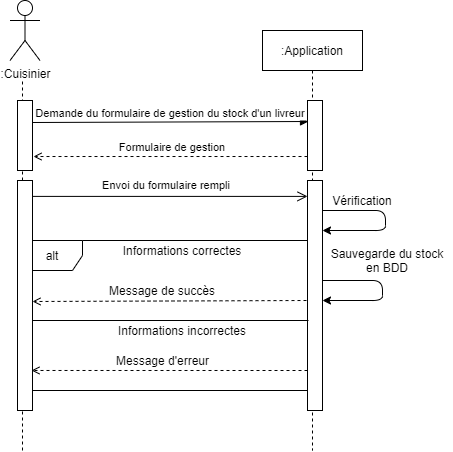
Before: diagrammes_sequence/gestion_stock.png, a diagram exported from draw.io (RemiMoustey/ExpressFood). Source tidied: cells renumbered, new cells last; positions are measured from the earlier drawing's top-left corner, leaving out a move shared by most shapes.
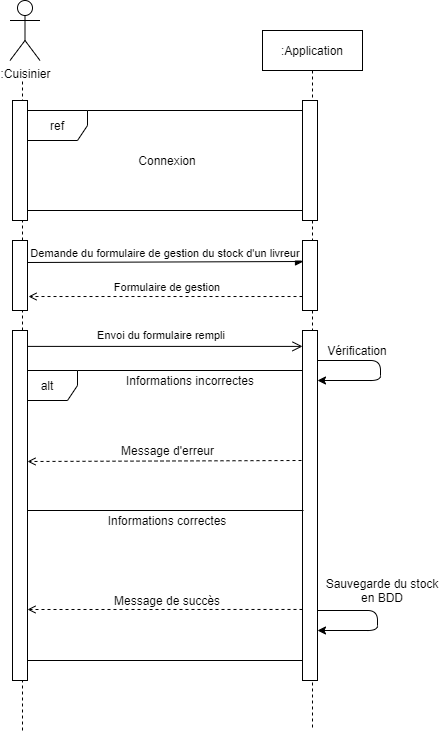
Later version of the same file.

The edit, as a diff of the source:
```diff
@@ -3,105 +3,118 @@
     <mxCell id="0" />
     <mxCell id="1" parent="0" />
     <mxCell id="2" value=":Application" style="shape=umlLifeline;perimeter=lifelinePerimeter;rounded=0;shadow=0;strokeWidth=1;" parent="1" vertex="1">
-      <mxGeometry x="252" y="30" width="100" height="420" as="geometry" />
+      <mxGeometry x="252" y="30" width="100" height="700" as="geometry" />
     </mxCell>
     <mxCell id="3" style="points=[];perimeter=orthogonalPerimeter;rounded=0;shadow=0;strokeWidth=1;" parent="2" vertex="1">
-      <mxGeometry x="45" y="70" width="15" height="70" as="geometry" />
+      <mxGeometry x="40" y="210" width="15" height="70" as="geometry" />
     </mxCell>
     <mxCell id="4" style="points=[];perimeter=orthogonalPerimeter;rounded=0;shadow=0;strokeWidth=1;" parent="2" vertex="1">
-      <mxGeometry x="45" y="150" width="15" height="230" as="geometry" />
+      <mxGeometry x="40" y="300" width="15" height="350" as="geometry" />
     </mxCell>
     <mxCell id="5" value="Demande du formulaire de gestion du stock d'un livreur" style="verticalAlign=bottom;endArrow=block;shadow=0;strokeWidth=1;entryX=0.067;entryY=0.3;entryDx=0;entryDy=0;entryPerimeter=0;" parent="1" edge="1" target="3">
       <mxGeometry relative="1" as="geometry">
-        <mxPoint x="22" y="122" as="sourcePoint" />
+        <mxPoint x="17" y="262" as="sourcePoint" />
       </mxGeometry>
     </mxCell>
     <mxCell id="6" value="Formulaire de gestion" style="verticalAlign=bottom;endArrow=open;shadow=0;strokeWidth=1;dashed=1;endFill=0;entryX=1.067;entryY=0.767;entryDx=0;entryDy=0;entryPerimeter=0;" parent="1" edge="1" source="3">
       <mxGeometry x="-0.01" relative="1" as="geometry">
-        <mxPoint x="23" y="156" as="targetPoint" />
+        <mxPoint x="18" y="296" as="targetPoint" />
       </mxGeometry>
     </mxCell>
     <mxCell id="7" value="Envoi du formulaire rempli" style="verticalAlign=bottom;endArrow=open;endSize=8;shadow=0;strokeWidth=1;endFill=0;exitX=0.53;exitY=0.395;exitDx=0;exitDy=0;exitPerimeter=0;" parent="1" edge="1" target="4">
       <mxGeometry y="2" relative="1" as="geometry">
-        <mxPoint x="15" y="195.9" as="sourcePoint" />
+        <mxPoint x="10" y="345.9" as="sourcePoint" />
       </mxGeometry>
     </mxCell>
     <mxCell id="8" value="Vérification" style="text;html=1;strokeColor=none;fillColor=none;align=center;verticalAlign=middle;whiteSpace=wrap;rounded=0;" parent="1" vertex="1">
-      <mxGeometry x="332" y="190" width="40" height="20" as="geometry" />
+      <mxGeometry x="327" y="340" width="40" height="20" as="geometry" />
     </mxCell>
-    <mxCell id="9" value="alt&lt;br&gt;" style="shape=umlFrame;whiteSpace=wrap;html=1;" parent="1" vertex="1">
-      <mxGeometry x="12" y="240" width="285" height="150" as="geometry" />
-    </mxCell>
     <mxCell id="10" style="endArrow=classic;html=1;" parent="1" edge="1">
       <mxGeometry relative="1" as="geometry">
-        <mxPoint x="312" y="210" as="sourcePoint" />
-        <mxPoint x="312" y="230" as="targetPoint" />
+        <mxPoint x="307" y="360" as="sourcePoint" />
+        <mxPoint x="307" y="380" as="targetPoint" />
         <Array as="points">
-          <mxPoint x="375" y="210" />
-          <mxPoint x="375" y="230" />
+          <mxPoint x="370" y="360" />
+          <mxPoint x="370" y="380" />
         </Array>
       </mxGeometry>
     </mxCell>
-    <mxCell id="11" value="Informations incorrectes" style="text;html=1;strokeColor=none;fillColor=none;align=center;verticalAlign=middle;whiteSpace=wrap;rounded=0;" parent="1" vertex="1">
-      <mxGeometry x="72" y="320" width="200" height="20" as="geometry" />
-    </mxCell>
-    <mxCell id="12" value="Informations correctes" style="text;html=1;strokeColor=none;fillColor=none;align=center;verticalAlign=middle;whiteSpace=wrap;rounded=0;" parent="1" vertex="1">
-      <mxGeometry x="72" y="240" width="200" height="20" as="geometry" />
-    </mxCell>
     <mxCell id="13" style="endArrow=classic;html=1;" parent="1" edge="1">
       <mxGeometry relative="1" as="geometry">
-        <mxPoint x="312" y="280" as="sourcePoint" />
-        <mxPoint x="312" y="300" as="targetPoint" />
+        <mxPoint x="307" y="610" as="sourcePoint" />
+        <mxPoint x="307" y="630" as="targetPoint" />
         <Array as="points">
-          <mxPoint x="372" y="280" />
-          <mxPoint x="372" y="300" />
+          <mxPoint x="367" y="610" />
+          <mxPoint x="367" y="630" />
         </Array>
       </mxGeometry>
     </mxCell>
     <mxCell id="14" value="Sauvegarde du stock en BDD" style="text;html=1;strokeColor=none;fillColor=none;align=center;verticalAlign=middle;whiteSpace=wrap;rounded=0;" parent="1" vertex="1">
-      <mxGeometry x="312" y="250" width="130" height="20" as="geometry" />
+      <mxGeometry x="307" y="580" width="130" height="20" as="geometry" />
     </mxCell>
-    <mxCell id="15" style="endArrow=open;html=1;dashed=1;endFill=0;" parent="1" edge="1">
-      <mxGeometry relative="1" as="geometry">
-        <mxPoint x="296" y="300" as="sourcePoint" />
-        <mxPoint x="22" y="301" as="targetPoint" />
-      </mxGeometry>
-    </mxCell>
-    <mxCell id="16" value="Message de succès" style="text;html=1;strokeColor=none;fillColor=none;align=center;verticalAlign=middle;whiteSpace=wrap;rounded=0;" parent="1" vertex="1">
-      <mxGeometry x="82" y="280" width="140" height="20" as="geometry" />
-    </mxCell>
-    <mxCell id="17" style="endArrow=open;html=1;dashed=1;endFill=0;entryX=0.933;entryY=0.826;entryDx=0;entryDy=0;entryPerimeter=0;" parent="1" edge="1" target="23">
-      <mxGeometry relative="1" as="geometry">
-        <mxPoint x="297" y="370" as="sourcePoint" />
-      </mxGeometry>
-    </mxCell>
-    <mxCell id="18" value="Message d'erreur" style="text;html=1;strokeColor=none;fillColor=none;align=center;verticalAlign=middle;whiteSpace=wrap;rounded=0;" parent="1" vertex="1">
-      <mxGeometry x="89.5" y="350" width="125" height="20" as="geometry" />
-    </mxCell>
-    <mxCell id="19" style="endArrow=none;html=1;" parent="1" edge="1">
-      <mxGeometry relative="1" as="geometry">
-        <mxPoint x="12" y="320" as="sourcePoint" />
-        <mxPoint x="298" y="320" as="targetPoint" />
-      </mxGeometry>
-    </mxCell>
     <mxCell id="20" value=":Cuisinier" style="shape=umlActor;verticalLabelPosition=bottom;verticalAlign=top;html=1;" parent="1" vertex="1">
       <mxGeometry x="-0.5" width="30" height="60" as="geometry" />
     </mxCell>
-    <mxCell id="21" style="endArrow=none;dashed=1;html=1;strokeWidth=1;" parent="1" edge="1" source="23">
+    <mxCell id="21" style="endArrow=none;dashed=1;html=1;strokeWidth=1;" parent="1" edge="1" source="28">
       <mxGeometry relative="1" as="geometry">
         <mxPoint x="12" y="80" as="targetPoint" />
       </mxGeometry>
     </mxCell>
     <mxCell id="22" style="perimeter=orthogonalPerimeter;rounded=0;shadow=0;strokeWidth=1;" parent="1" vertex="1">
-      <mxGeometry x="7" y="100" width="15" height="70" as="geometry" />
+      <mxGeometry x="2" y="240" width="15" height="70" as="geometry" />
     </mxCell>
-    <mxCell id="23" style="points=[];perimeter=orthogonalPerimeter;rounded=0;shadow=0;strokeWidth=1;" parent="1" vertex="1">
-      <mxGeometry x="7" y="180" width="15" height="230" as="geometry" />
-    </mxCell>
-    <mxCell id="24" style="endArrow=none;dashed=1;html=1;strokeWidth=1;" parent="1" edge="1" target="23">
+    <mxCell id="24" style="endArrow=none;dashed=1;html=1;strokeWidth=1;" parent="1" edge="1">
       <mxGeometry relative="1" as="geometry">
-        <mxPoint x="12" y="450" as="sourcePoint" />
+        <mxPoint x="12" y="730" as="sourcePoint" />
+        <mxPoint x="12" y="530" as="targetPoint" />
       </mxGeometry>
     </mxCell>
+    <mxCell id="9" value="alt&lt;br&gt;" style="shape=umlFrame;whiteSpace=wrap;html=1;" parent="1" vertex="1">
+      <mxGeometry x="7" y="370" width="285" height="290" as="geometry" />
+    </mxCell>
+    <mxCell id="11" value="Informations incorrectes" style="text;html=1;strokeColor=none;fillColor=none;align=center;verticalAlign=middle;whiteSpace=wrap;rounded=0;" parent="1" vertex="1">
+      <mxGeometry x="79.5" y="370" width="200" height="20" as="geometry" />
+    </mxCell>
+    <mxCell id="12" value="Informations correctes" style="text;html=1;strokeColor=none;fillColor=none;align=center;verticalAlign=middle;whiteSpace=wrap;rounded=0;" parent="1" vertex="1">
+      <mxGeometry x="57" y="510" width="200" height="20" as="geometry" />
+    </mxCell>
+    <mxCell id="25" style="endArrow=open;html=1;dashed=1;endFill=0;" parent="1" edge="1">
+      <mxGeometry relative="1" as="geometry">
+        <mxPoint x="291" y="460" as="sourcePoint" />
+        <mxPoint x="17" y="461" as="targetPoint" />
+      </mxGeometry>
+    </mxCell>
+    <mxCell id="16" value="Message de succès" style="text;html=1;strokeColor=none;fillColor=none;align=center;verticalAlign=middle;whiteSpace=wrap;rounded=0;" parent="1" vertex="1">
+      <mxGeometry x="87" y="590" width="140" height="20" as="geometry" />
+    </mxCell>
+    <mxCell id="18" value="Message d'erreur" style="text;html=1;strokeColor=none;fillColor=none;align=center;verticalAlign=middle;whiteSpace=wrap;rounded=0;" parent="1" vertex="1">
+      <mxGeometry x="94.5" y="440" width="125" height="20" as="geometry" />
+    </mxCell>
+    <mxCell id="26" style="endArrow=none;html=1;" parent="1" edge="1">
+      <mxGeometry relative="1" as="geometry">
+        <mxPoint x="7" y="510" as="sourcePoint" />
+        <mxPoint x="293" y="510" as="targetPoint" />
+      </mxGeometry>
+    </mxCell>
+    <mxCell id="27" style="endArrow=open;html=1;dashed=1;endFill=0;exitX=1;exitY=0.824;exitDx=0;exitDy=0;exitPerimeter=0;" parent="1" edge="1" source="9">
+      <mxGeometry relative="1" as="geometry">
+        <mxPoint x="17" y="609" as="targetPoint" />
+      </mxGeometry>
+    </mxCell>
+    <mxCell id="28" style="points=[];perimeter=orthogonalPerimeter;rounded=0;shadow=0;strokeWidth=1;" parent="1" vertex="1">
+      <mxGeometry x="2" y="330" width="15" height="350" as="geometry" />
+    </mxCell>
+    <mxCell id="29" value="ref" style="shape=umlFrame;whiteSpace=wrap;html=1;" parent="1" vertex="1">
+      <mxGeometry x="17" y="110" width="280" height="100" as="geometry" />
+    </mxCell>
+    <mxCell id="30" style="perimeter=orthogonalPerimeter;rounded=0;shadow=0;strokeWidth=1;" parent="1" vertex="1">
+      <mxGeometry x="292" y="100" width="15" height="120" as="geometry" />
+    </mxCell>
+    <mxCell id="31" value="Connexion" style="text;html=1;strokeColor=none;fillColor=none;align=center;verticalAlign=middle;whiteSpace=wrap;rounded=0;" parent="1" vertex="1">
+      <mxGeometry x="82" y="140" width="150" height="40" as="geometry" />
+    </mxCell>
+    <mxCell id="32" style="perimeter=orthogonalPerimeter;rounded=0;shadow=0;strokeWidth=1;" parent="1" vertex="1">
+      <mxGeometry x="2" y="100" width="15" height="120" as="geometry" />
+    </mxCell>
   </root>
 </mxGraphModel>
```
